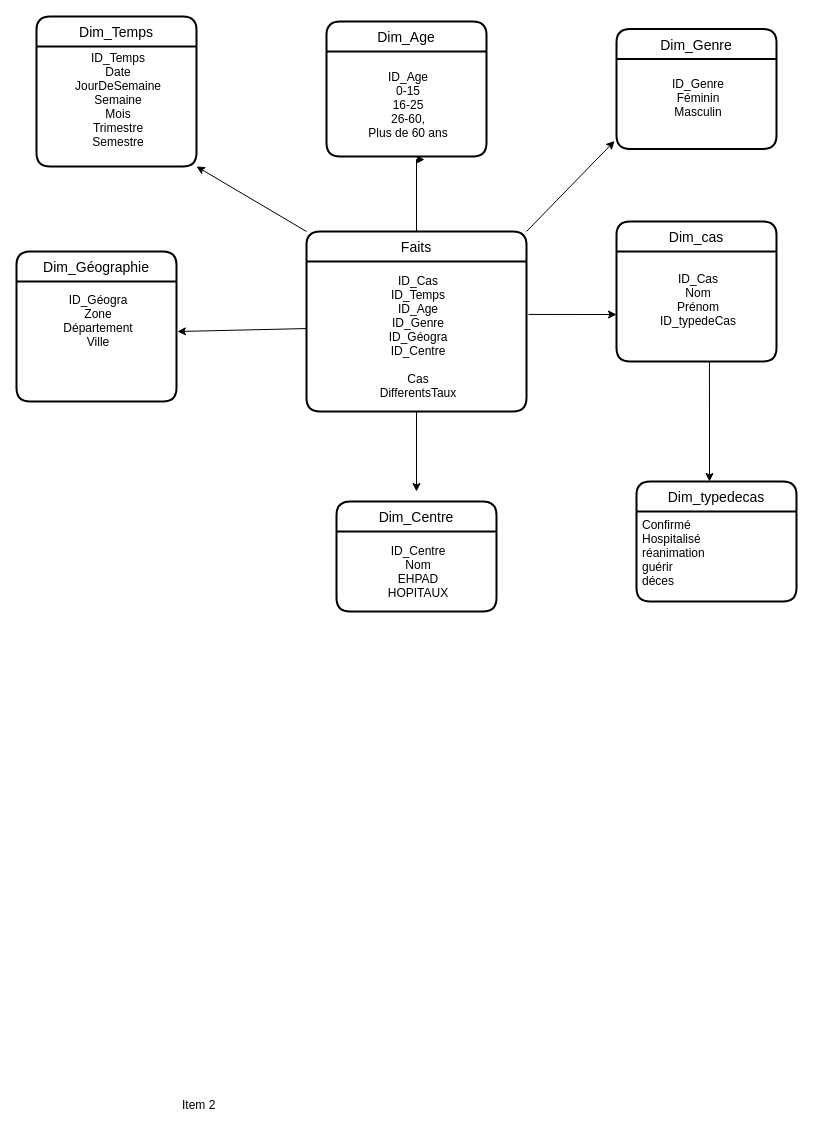
agossouvo/creez_un_dashboard keeps this draw.io diagram as Partie_2/Diagramme sans nom.drawio. Above is the earlier version. Source tidied: cells renumbered, new cells numbered last; positions are measured from the earlier drawing's top-left corner, leaving out a move shared by most shapes. Both pictures are drawn from the tidied source at 100%, with x=0, y=0 at pixel (16, 16).
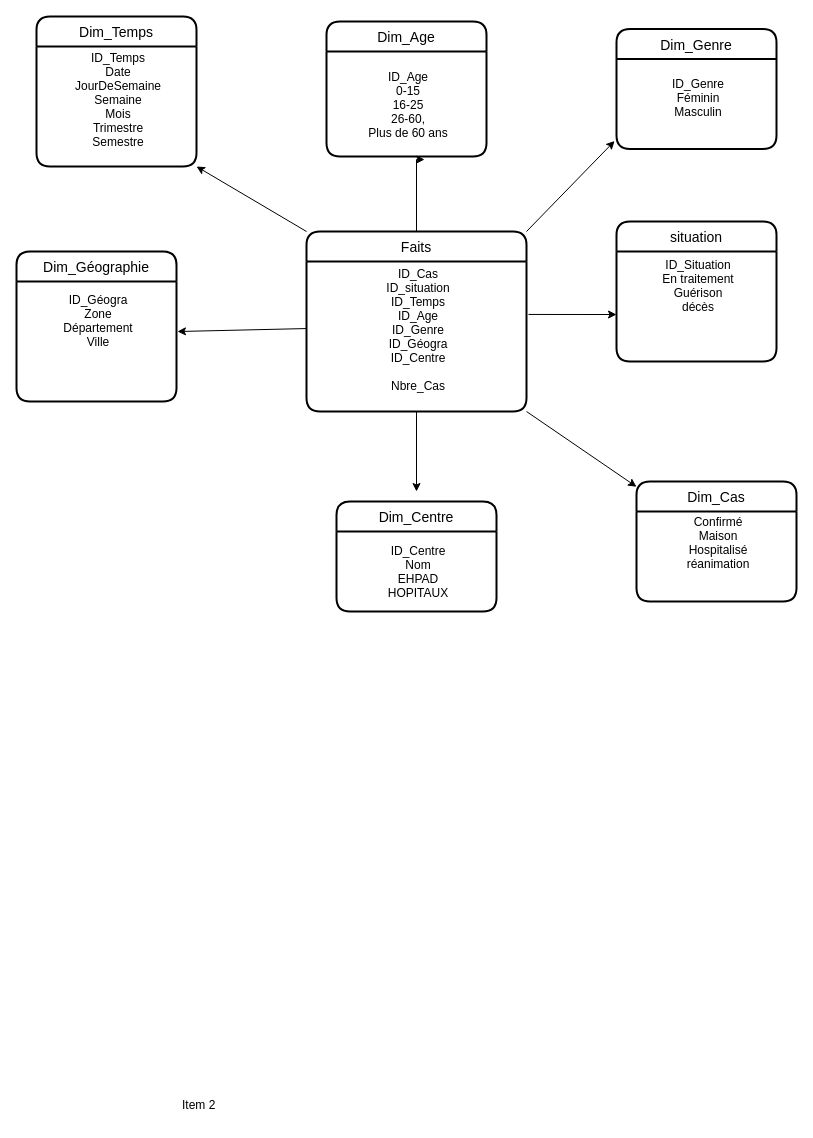
Above is the later version.

Commit message:
Mettre à jour Diagramme sans nom.drawio

Unchanged cells that the change refers to:
```xml
<mxCell id="5" value="Faits" style="swimlane;horizontal=1;startSize=30;rounded=1;fontSize=14;fontStyle=0;strokeWidth=2;shadow=0;dashed=0;align=center;" parent="1" vertex="1">
  <mxGeometry x="290" y="215" width="220" height="180" as="geometry" />
</mxCell>
```

The edit, as a diff of the source:
```diff
@@
-    <mxCell id="6" value="&#10;&#10;&#10;&#10;&#10;&#10;ID_Cas&#10;ID_Temps&#10;ID_Age&#10;ID_Genre&#10;ID_Géogra&#10;ID_Centre&#10;&#10;Cas &#10;DifferentsTaux&#10;&#10;&#10;&#10;&#10;&#10;" style="align=center;strokeColor=none;fillColor=none;spacingLeft=4;fontSize=12;verticalAlign=middle;" parent="5" vertex="1">
+    <mxCell id="6" value="&#10;&#10;&#10;&#10;&#10;&#10;ID_Cas&#10;ID_situation&#10;ID_Temps&#10;ID_Age&#10;ID_Genre&#10;ID_Géogra&#10;ID_Centre&#10;&#10;Nbre_Cas &#10;&#10;&#10;&#10;&#10;&#10;&#10;" style="align=center;strokeColor=none;fillColor=none;spacingLeft=4;fontSize=12;verticalAlign=middle;" parent="5" vertex="1">
       <mxGeometry y="30" width="220" height="150" as="geometry" />
     </mxCell>
@@
-    <mxCell id="19" value="Dim_cas" style="swimlane;horizontal=1;startSize=30;rounded=1;fontSize=14;fontStyle=0;strokeWidth=2;shadow=0;dashed=0;align=center;" parent="1" vertex="1">
+    <mxCell id="19" value="situation" style="swimlane;horizontal=1;startSize=30;rounded=1;fontSize=14;fontStyle=0;strokeWidth=2;shadow=0;dashed=0;align=center;" parent="1" vertex="1">
       <mxGeometry x="600" y="205" width="160" height="140" as="geometry" />
     </mxCell>
-    <mxCell id="20" value="ID_Cas&#10;Nom&#10;Prénom&#10;ID_typedeCas&#10;" style="align=center;strokeColor=none;fillColor=none;spacingLeft=4;fontSize=12;verticalAlign=middle;" parent="19" vertex="1">
+    <mxCell id="20" value="ID_Situation&#10;En traitement&#10;Guérison&#10;décès&#10;&#10;&#10;" style="align=center;strokeColor=none;fillColor=none;spacingLeft=4;fontSize=12;verticalAlign=middle;" parent="19" vertex="1">
       <mxGeometry y="30" width="160" height="110" as="geometry" />
     </mxCell>
@@
-    <mxCell id="22" value="Dim_typedecas" style="swimlane;horizontal=1;startSize=30;rounded=1;fontSize=14;fontStyle=0;strokeWidth=2;shadow=0;dashed=0;align=center;" parent="1" vertex="1">
+    <mxCell id="22" value="Dim_Cas" style="swimlane;horizontal=1;startSize=30;rounded=1;fontSize=14;fontStyle=0;strokeWidth=2;shadow=0;dashed=0;align=center;" parent="1" vertex="1">
       <mxGeometry x="620" y="465" width="160" height="120" as="geometry" />
     </mxCell>
-    <mxCell id="23" value="Confirmé&#10;Hospitalisé&#10;réanimation&#10;guérir&#10;déces&#10;&#10;&#10;&#10;" style="align=left;strokeColor=none;fillColor=none;spacingLeft=4;fontSize=12;verticalAlign=top;" parent="22" vertex="1">
+    <mxCell id="23" value="&#10;&#10;&#10;&#10;Confirmé&#10;Maison&#10;Hospitalisé&#10;réanimation&#10;&#10;&#10;&#10;&#10;&#10;" style="align=center;strokeColor=none;fillColor=none;spacingLeft=4;fontSize=12;verticalAlign=middle;" parent="22" vertex="1">
       <mxGeometry y="30" width="160" height="90" as="geometry" />
     </mxCell>
@@
-    <mxCell id="26" style="edgeStyle=none;rounded=0;jettySize=auto;html=1;exitX=0.581;exitY=1;exitDx=0;exitDy=0;exitPerimeter=0;" parent="1" edge="1" source="20">
-      <mxGeometry relative="1" as="geometry">
-        <mxPoint x="693" y="465" as="targetPoint" />
-      </mxGeometry>
-    </mxCell>
@@
+    <mxCell id="28" style="edgeStyle=none;rounded=0;jettySize=auto;html=1;exitX=1;exitY=1;exitDx=0;exitDy=0;" parent="1" edge="1" source="6" target="22">
+      <mxGeometry relative="1" as="geometry" />
+    </mxCell>
```
